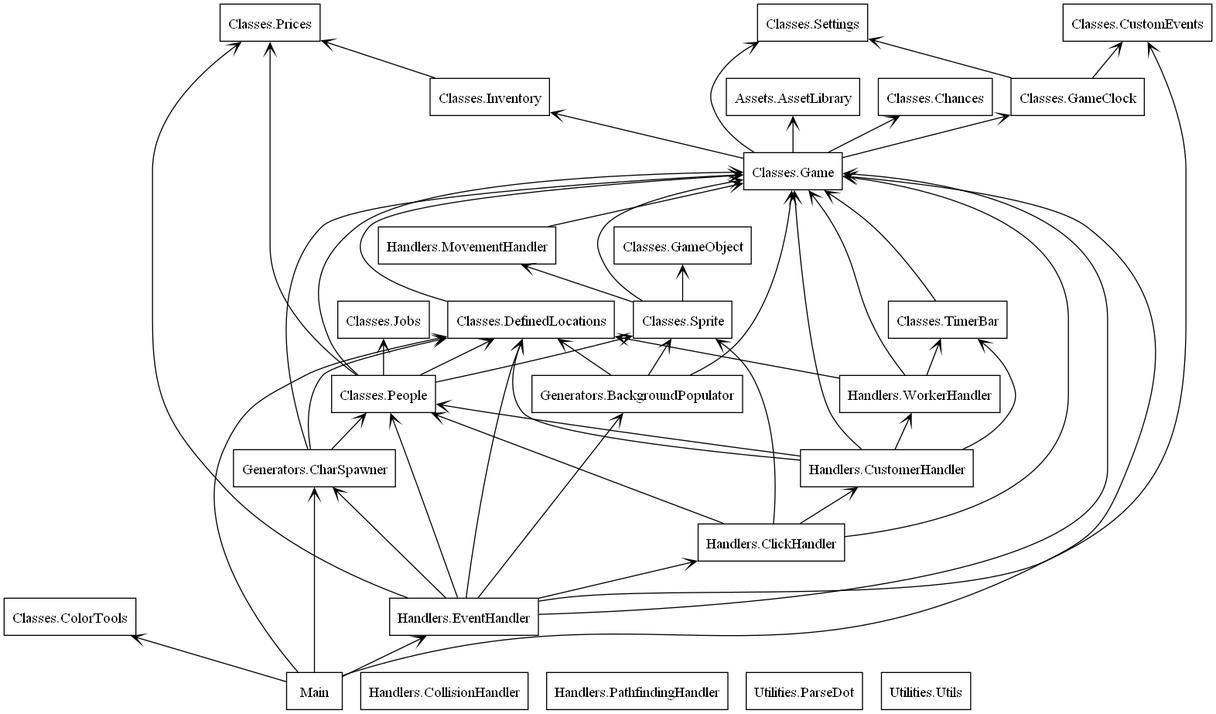
AedanM/PoppaPizza keeps this Graphviz diagram as Utilities/packages.png. Above is the earlier version. Its source is kept beside it as Utilities/packages.dot.
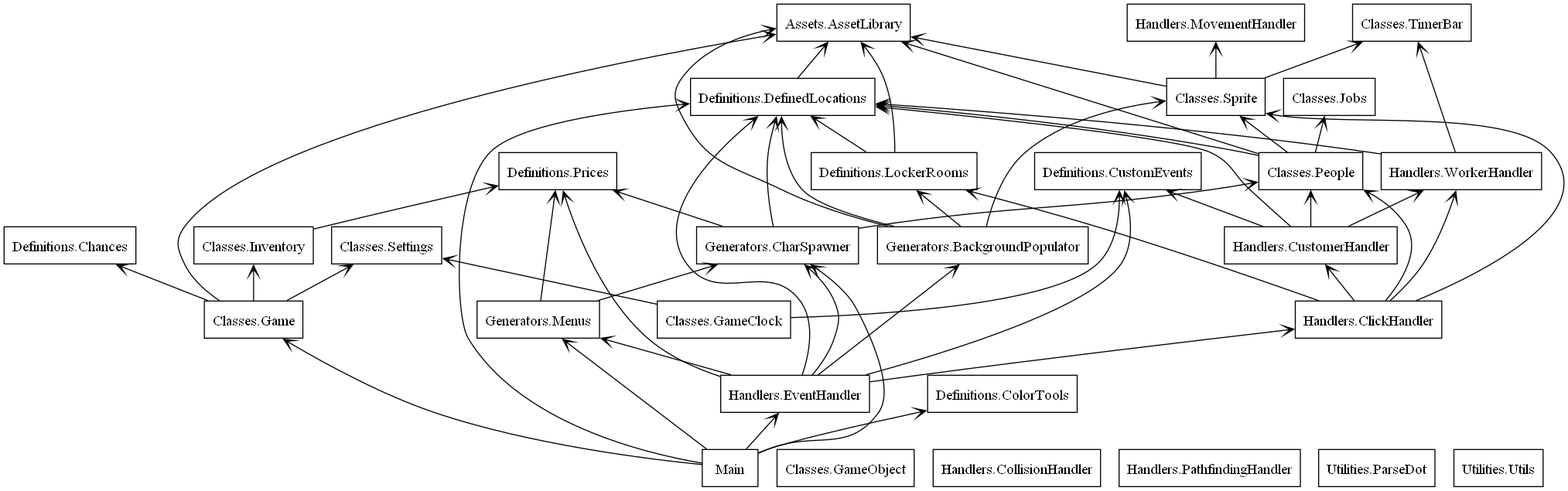
After the change.

Change to the diagram source:
```diff
@@ -2,22 +2,24 @@
 rankdir=BT
 charset="utf-8"
 "Assets.AssetLibrary" [color="black", label=<Assets.AssetLibrary>, shape="box", style="solid"];
-"Classes.Chances" [color="black", label=<Classes.Chances>, shape="box", style="solid"];
-"Classes.ColorTools" [color="black", label=<Classes.ColorTools>, shape="box", style="solid"];
-"Classes.CustomEvents" [color="black", label=<Classes.CustomEvents>, shape="box", style="solid"];
-"Classes.DefinedLocations" [color="black", label=<Classes.DefinedLocations>, shape="box", style="solid"];
 "Classes.Game" [color="black", label=<Classes.Game>, shape="box", style="solid"];
 "Classes.GameClock" [color="black", label=<Classes.GameClock>, shape="box", style="solid"];
 "Classes.GameObject" [color="black", label=<Classes.GameObject>, shape="box", style="solid"];
 "Classes.Inventory" [color="black", label=<Classes.Inventory>, shape="box", style="solid"];
 "Classes.Jobs" [color="black", label=<Classes.Jobs>, shape="box", style="solid"];
 "Classes.People" [color="black", label=<Classes.People>, shape="box", style="solid"];
-"Classes.Prices" [color="black", label=<Classes.Prices>, shape="box", style="solid"];
 "Classes.Settings" [color="black", label=<Classes.Settings>, shape="box", style="solid"];
 "Classes.Sprite" [color="black", label=<Classes.Sprite>, shape="box", style="solid"];
 "Classes.TimerBar" [color="black", label=<Classes.TimerBar>, shape="box", style="solid"];
+"Definitions.Chances" [color="black", label=<Definitions.Chances>, shape="box", style="solid"];
+"Definitions.ColorTools" [color="black", label=<Definitions.ColorTools>, shape="box", style="solid"];
+"Definitions.CustomEvents" [color="black", label=<Definitions.CustomEvents>, shape="box", style="solid"];
+"Definitions.DefinedLocations" [color="black", label=<Definitions.DefinedLocations>, shape="box", style="solid"];
+"Definitions.LockerRooms" [color="black", label=<Definitions.LockerRooms>, shape="box", style="solid"];
+"Definitions.Prices" [color="black", label=<Definitions.Prices>, shape="box", style="solid"];
 "Generators.BackgroundPopulator" [color="black", label=<Generators.BackgroundPopulator>, shape="box", style="solid"];
 "Generators.CharSpawner" [color="black", label=<Generators.CharSpawner>, shape="box", style="solid"];
+"Generators.Menus" [color="black", label=<Generators.Menus>, shape="box", style="solid"];
 "Handlers.ClickHandler" [color="black", label=<Handlers.ClickHandler>, shape="box", style="solid"];
 "Handlers.CollisionHandler" [color="black", label=<Handlers.CollisionHandler>, shape="box", style="solid"];
 "Handlers.CustomerHandler" [color="black", label=<Handlers.CustomerHandler>, shape="box", style="solid"];
@@ -28,54 +30,54 @@
 "Main" [color="black", label=<Main>, shape="box", style="solid"];
 "Utilities.ParseDot" [color="black", label=<Utilities.ParseDot>, shape="box", style="solid"];
 "Utilities.Utils" [color="black", label=<Utilities.Utils>, shape="box", style="solid"];
-"Classes.DefinedLocations" -> "Classes.Game" [arrowhead="open", arrowtail="none"];
 "Classes.Game" -> "Assets.AssetLibrary" [arrowhead="open", arrowtail="none"];
-"Classes.Game" -> "Classes.Chances" [arrowhead="open", arrowtail="none"];
-"Classes.Game" -> "Classes.GameClock" [arrowhead="open", arrowtail="none"];
 "Classes.Game" -> "Classes.Inventory" [arrowhead="open", arrowtail="none"];
 "Classes.Game" -> "Classes.Settings" [arrowhead="open", arrowtail="none"];
-"Classes.GameClock" -> "Classes.CustomEvents" [arrowhead="open", arrowtail="none"];
+"Classes.Game" -> "Definitions.Chances" [arrowhead="open", arrowtail="none"];
 "Classes.GameClock" -> "Classes.Settings" [arrowhead="open", arrowtail="none"];
-"Classes.Inventory" -> "Classes.Prices" [arrowhead="open", arrowtail="none"];
-"Classes.People" -> "Classes.DefinedLocations" [arrowhead="open", arrowtail="none"];
-"Classes.People" -> "Classes.Game" [arrowhead="open", arrowtail="none"];
+"Classes.GameClock" -> "Definitions.CustomEvents" [arrowhead="open", arrowtail="none"];
+"Classes.Inventory" -> "Definitions.Prices" [arrowhead="open", arrowtail="none"];
+"Classes.People" -> "Assets.AssetLibrary" [arrowhead="open", arrowtail="none"];
 "Classes.People" -> "Classes.Jobs" [arrowhead="open", arrowtail="none"];
-"Classes.People" -> "Classes.Prices" [arrowhead="open", arrowtail="none"];
 "Classes.People" -> "Classes.Sprite" [arrowhead="open", arrowtail="none"];
-"Classes.Sprite" -> "Classes.Game" [arrowhead="open", arrowtail="none"];
-"Classes.Sprite" -> "Classes.GameObject" [arrowhead="open", arrowtail="none"];
+"Classes.People" -> "Definitions.DefinedLocations" [arrowhead="open", arrowtail="none"];
+"Classes.Sprite" -> "Assets.AssetLibrary" [arrowhead="open", arrowtail="none"];
+"Classes.Sprite" -> "Classes.TimerBar" [arrowhead="open", arrowtail="none"];
 "Classes.Sprite" -> "Handlers.MovementHandler" [arrowhead="open", arrowtail="none"];
-"Classes.TimerBar" -> "Classes.Game" [arrowhead="open", arrowtail="none"];
-"Generators.BackgroundPopulator" -> "Classes.DefinedLocations" [arrowhead="open", arrowtail="none"];
-"Generators.BackgroundPopulator" -> "Classes.Game" [arrowhead="open", arrowtail="none"];
+"Definitions.DefinedLocations" -> "Assets.AssetLibrary" [arrowhead="open", arrowtail="none"];
+"Definitions.LockerRooms" -> "Assets.AssetLibrary" [arrowhead="open", arrowtail="none"];
+"Definitions.LockerRooms" -> "Definitions.DefinedLocations" [arrowhead="open", arrowtail="none"];
+"Generators.BackgroundPopulator" -> "Assets.AssetLibrary" [arrowhead="open", arrowtail="none"];
 "Generators.BackgroundPopulator" -> "Classes.Sprite" [arrowhead="open", arrowtail="none"];
-"Generators.CharSpawner" -> "Classes.DefinedLocations" [arrowhead="open", arrowtail="none"];
-"Generators.CharSpawner" -> "Classes.Game" [arrowhead="open", arrowtail="none"];
+"Generators.BackgroundPopulator" -> "Definitions.DefinedLocations" [arrowhead="open", arrowtail="none"];
+"Generators.BackgroundPopulator" -> "Definitions.LockerRooms" [arrowhead="open", arrowtail="none"];
 "Generators.CharSpawner" -> "Classes.People" [arrowhead="open", arrowtail="none"];
-"Handlers.ClickHandler" -> "Classes.Game" [arrowhead="open", arrowtail="none"];
+"Generators.CharSpawner" -> "Definitions.DefinedLocations" [arrowhead="open", arrowtail="none"];
+"Generators.CharSpawner" -> "Definitions.Prices" [arrowhead="open", arrowtail="none"];
+"Generators.Menus" -> "Definitions.Prices" [arrowhead="open", arrowtail="none"];
+"Generators.Menus" -> "Generators.CharSpawner" [arrowhead="open", arrowtail="none"];
 "Handlers.ClickHandler" -> "Classes.People" [arrowhead="open", arrowtail="none"];
 "Handlers.ClickHandler" -> "Classes.Sprite" [arrowhead="open", arrowtail="none"];
+"Handlers.ClickHandler" -> "Definitions.LockerRooms" [arrowhead="open", arrowtail="none"];
 "Handlers.ClickHandler" -> "Handlers.CustomerHandler" [arrowhead="open", arrowtail="none"];
-"Handlers.CustomerHandler" -> "Classes.DefinedLocations" [arrowhead="open", arrowtail="none"];
-"Handlers.CustomerHandler" -> "Classes.Game" [arrowhead="open", arrowtail="none"];
+"Handlers.ClickHandler" -> "Handlers.WorkerHandler" [arrowhead="open", arrowtail="none"];
 "Handlers.CustomerHandler" -> "Classes.People" [arrowhead="open", arrowtail="none"];
-"Handlers.CustomerHandler" -> "Classes.TimerBar" [arrowhead="open", arrowtail="none"];
+"Handlers.CustomerHandler" -> "Definitions.CustomEvents" [arrowhead="open", arrowtail="none"];
+"Handlers.CustomerHandler" -> "Definitions.DefinedLocations" [arrowhead="open", arrowtail="none"];
 "Handlers.CustomerHandler" -> "Handlers.WorkerHandler" [arrowhead="open", arrowtail="none"];
-"Handlers.EventHandler" -> "Classes.CustomEvents" [arrowhead="open", arrowtail="none"];
-"Handlers.EventHandler" -> "Classes.DefinedLocations" [arrowhead="open", arrowtail="none"];
-"Handlers.EventHandler" -> "Classes.Game" [arrowhead="open", arrowtail="none"];
-"Handlers.EventHandler" -> "Classes.People" [arrowhead="open", arrowtail="none"];
-"Handlers.EventHandler" -> "Classes.Prices" [arrowhead="open", arrowtail="none"];
+"Handlers.EventHandler" -> "Definitions.CustomEvents" [arrowhead="open", arrowtail="none"];
+"Handlers.EventHandler" -> "Definitions.DefinedLocations" [arrowhead="open", arrowtail="none"];
+"Handlers.EventHandler" -> "Definitions.Prices" [arrowhead="open", arrowtail="none"];
 "Handlers.EventHandler" -> "Generators.BackgroundPopulator" [arrowhead="open", arrowtail="none"];
 "Handlers.EventHandler" -> "Generators.CharSpawner" [arrowhead="open", arrowtail="none"];
+"Handlers.EventHandler" -> "Generators.Menus" [arrowhead="open", arrowtail="none"];
 "Handlers.EventHandler" -> "Handlers.ClickHandler" [arrowhead="open", arrowtail="none"];
-"Handlers.MovementHandler" -> "Classes.Game" [arrowhead="open", arrowtail="none"];
-"Handlers.WorkerHandler" -> "Classes.DefinedLocations" [arrowhead="open", arrowtail="none"];
-"Handlers.WorkerHandler" -> "Classes.Game" [arrowhead="open", arrowtail="none"];
 "Handlers.WorkerHandler" -> "Classes.TimerBar" [arrowhead="open", arrowtail="none"];
-"Main" -> "Classes.ColorTools" [arrowhead="open", arrowtail="none"];
-"Main" -> "Classes.DefinedLocations" [arrowhead="open", arrowtail="none"];
+"Handlers.WorkerHandler" -> "Definitions.DefinedLocations" [arrowhead="open", arrowtail="none"];
 "Main" -> "Classes.Game" [arrowhead="open", arrowtail="none"];
+"Main" -> "Definitions.ColorTools" [arrowhead="open", arrowtail="none"];
+"Main" -> "Definitions.DefinedLocations" [arrowhead="open", arrowtail="none"];
 "Main" -> "Generators.CharSpawner" [arrowhead="open", arrowtail="none"];
+"Main" -> "Generators.Menus" [arrowhead="open", arrowtail="none"];
 "Main" -> "Handlers.EventHandler" [arrowhead="open", arrowtail="none"];
 }
```
